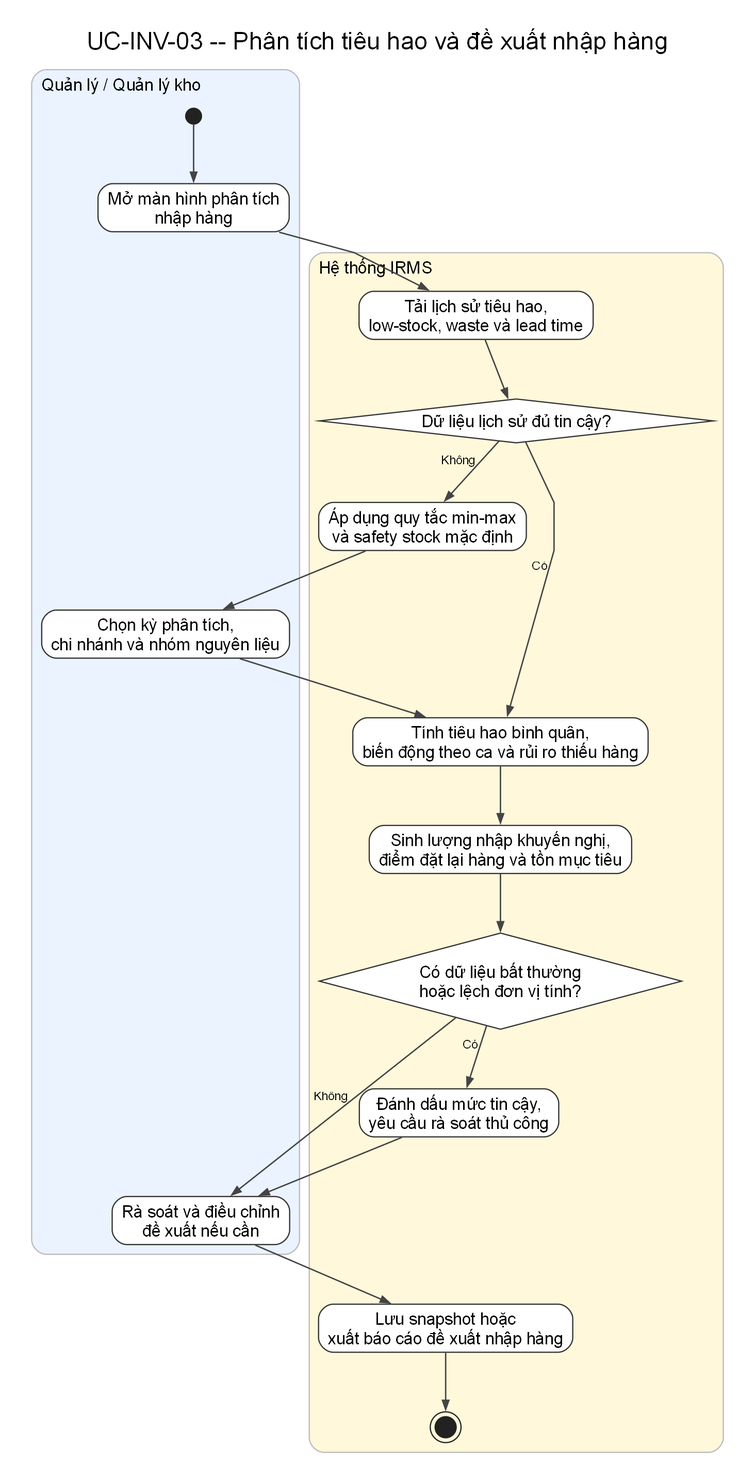
Earlier version of the Graphviz export assets/diagrams/rendered/activity/uc-inv-03-reorder-recommendation.png (lehoangluan1/SA_IRMS). Its source is kept beside it as assets/diagrams/source/activity/uc-inv-03-reorder-recommendation.dot. Its diagram source:
```dot
digraph G {
  charset="UTF-8";
  graph [rankdir=TB, newrank=true, splines=polyline, nodesep=0.38, ranksep=0.68, pad=0.25, dpi=170, bgcolor="white", fontname="Arial"];
  node [fontname="Arial"];
  edge [fontname="Arial", fontsize=10, color="#444444", penwidth=1.15, arrowsize=0.75];
  labelloc="t"; labeljust="c"; fontsize=20; fontname="Arial"; label="UC-INV-03 -- Phân tích tiêu hao và đề xuất nhập hàng";

  subgraph cluster_l1 {
    style="rounded,filled"; fillcolor="#EAF3FF"; color="#BBBBBB"; penwidth=1.0;
    label="Quản lý / Quản lý kho"; fontsize=14; labelloc="t"; labeljust="l";
    n0 [shape=circle, label="", width=0.18, height=0.18, fixedsize=true, style=filled, fillcolor="#222222", color="#222222"];
    n1 [label="Mở màn hình phân tích\nnhập hàng", shape=rect, style="rounded,filled", fillcolor="white", color="#333333"];
    n5 [label="Chọn kỳ phân tích,\nchi nhánh và nhóm nguyên liệu", shape=rect, style="rounded,filled", fillcolor="white", color="#333333"];
    n10 [label="Rà soát và điều chỉnh\nđề xuất nếu cần", shape=rect, style="rounded,filled", fillcolor="white", color="#333333"];
  }

  subgraph cluster_l2 {
    style="rounded,filled"; fillcolor="#FFF8DB"; color="#BBBBBB"; penwidth=1.0;
    label="Hệ thống IRMS"; fontsize=14; labelloc="t"; labeljust="l";
    n2 [label="Tải lịch sử tiêu hao,\nlow-stock, waste và lead time", shape=rect, style="rounded,filled", fillcolor="white", color="#333333"];
    n3 [label="Dữ liệu lịch sử đủ tin cậy?", shape=diamond, style="filled", fillcolor="white", color="#333333"];
    n4 [label="Áp dụng quy tắc min-max\nvà safety stock mặc định", shape=rect, style="rounded,filled", fillcolor="white", color="#333333"];
    n6 [label="Tính tiêu hao bình quân,\nbiến động theo ca và rủi ro thiếu hàng", shape=rect, style="rounded,filled", fillcolor="white", color="#333333"];
    n7 [label="Sinh lượng nhập khuyến nghị,\nđiểm đặt lại hàng và tồn mục tiêu", shape=rect, style="rounded,filled", fillcolor="white", color="#333333"];
    n8 [label="Có dữ liệu bất thường\nhoặc lệch đơn vị tính?", shape=diamond, style="filled", fillcolor="white", color="#333333"];
    n9 [label="Đánh dấu mức tin cậy,\nyêu cầu rà soát thủ công", shape=rect, style="rounded,filled", fillcolor="white", color="#333333"];
    n11 [label="Lưu snapshot hoặc\nxuất báo cáo đề xuất nhập hàng", shape=rect, style="rounded,filled", fillcolor="white", color="#333333"];
    n12 [shape=doublecircle, label="", width=0.24, height=0.24, fixedsize=true, style=filled, fillcolor="#222222", color="#222222"];
  }

  n0 -> n1;
  n1 -> n2;
  n2 -> n3;
  n3 -> n6 [xlabel="Có"];
  n3 -> n4 [xlabel="Không"];
  n4 -> n5;
  n5 -> n6;
  n6 -> n7;
  n7 -> n8;
  n8 -> n9 [xlabel="Có"];
  n8 -> n10 [xlabel="Không"];
  n9 -> n10;
  n10 -> n11;
  n11 -> n12;
}
```
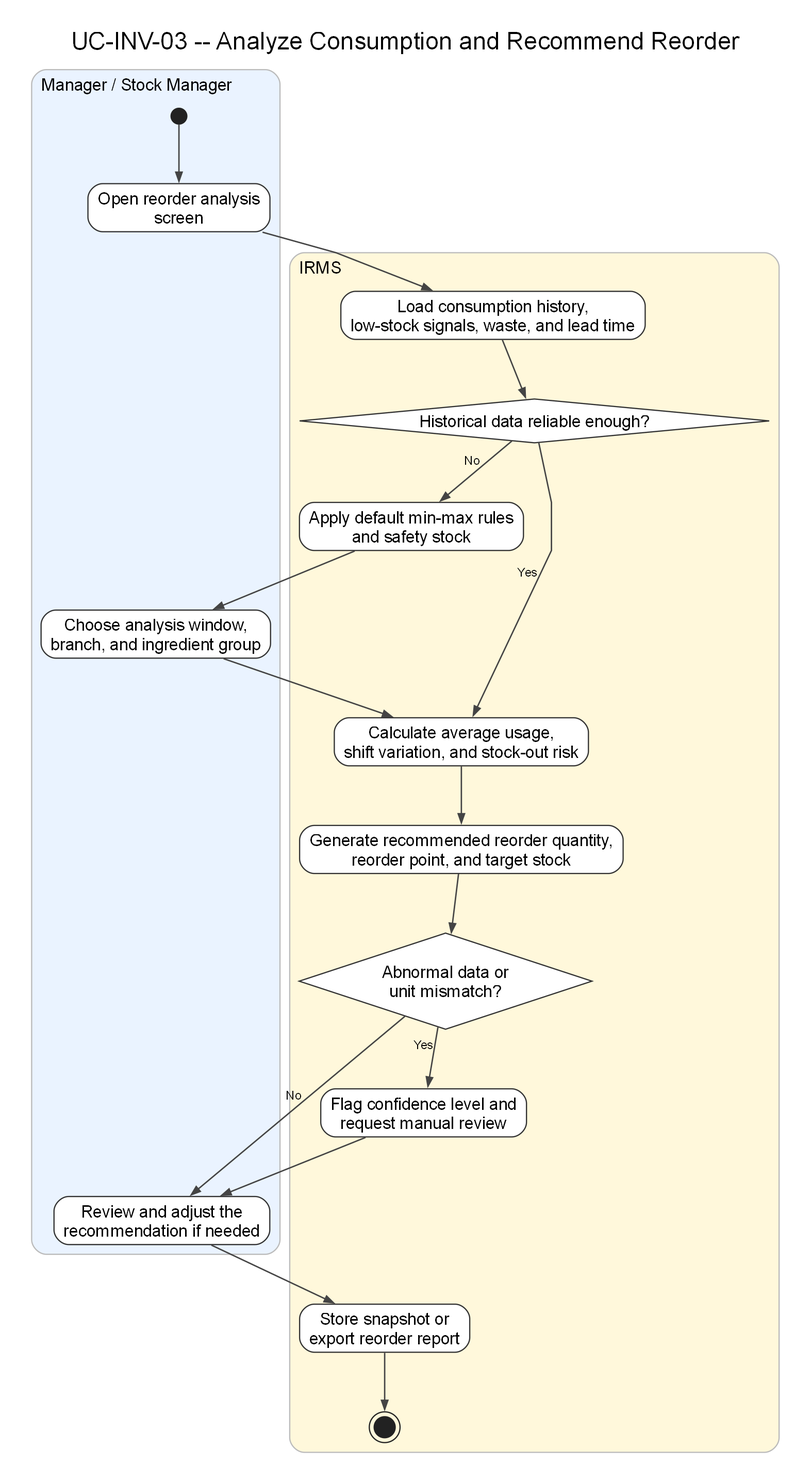
After the commit.

Change to the diagram source:
```diff
@@ -3,42 +3,42 @@
   graph [rankdir=TB, newrank=true, splines=polyline, nodesep=0.38, ranksep=0.68, pad=0.25, dpi=170, bgcolor="white", fontname="Arial"];
   node [fontname="Arial"];
   edge [fontname="Arial", fontsize=10, color="#444444", penwidth=1.15, arrowsize=0.75];
-  labelloc="t"; labeljust="c"; fontsize=20; fontname="Arial"; label="UC-INV-03 -- Phân tích tiêu hao và đề xuất nhập hàng";
+  labelloc="t"; labeljust="c"; fontsize=20; fontname="Arial"; label="UC-INV-03 -- Analyze Consumption and Recommend Reorder";
 
   subgraph cluster_l1 {
     style="rounded,filled"; fillcolor="#EAF3FF"; color="#BBBBBB"; penwidth=1.0;
-    label="Quản lý / Quản lý kho"; fontsize=14; labelloc="t"; labeljust="l";
+    label="Manager / Stock Manager"; fontsize=14; labelloc="t"; labeljust="l";
     n0 [shape=circle, label="", width=0.18, height=0.18, fixedsize=true, style=filled, fillcolor="#222222", color="#222222"];
-    n1 [label="Mở màn hình phân tích\nnhập hàng", shape=rect, style="rounded,filled", fillcolor="white", color="#333333"];
-    n5 [label="Chọn kỳ phân tích,\nchi nhánh và nhóm nguyên liệu", shape=rect, style="rounded,filled", fillcolor="white", color="#333333"];
-    n10 [label="Rà soát và điều chỉnh\nđề xuất nếu cần", shape=rect, style="rounded,filled", fillcolor="white", color="#333333"];
+    n1 [label="Open reorder analysis\nscreen", shape=rect, style="rounded,filled", fillcolor="white", color="#333333"];
+    n5 [label="Choose analysis window,\nbranch, and ingredient group", shape=rect, style="rounded,filled", fillcolor="white", color="#333333"];
+    n10 [label="Review and adjust the\nrecommendation if needed", shape=rect, style="rounded,filled", fillcolor="white", color="#333333"];
   }
 
   subgraph cluster_l2 {
     style="rounded,filled"; fillcolor="#FFF8DB"; color="#BBBBBB"; penwidth=1.0;
-    label="Hệ thống IRMS"; fontsize=14; labelloc="t"; labeljust="l";
-    n2 [label="Tải lịch sử tiêu hao,\nlow-stock, waste và lead time", shape=rect, style="rounded,filled", fillcolor="white", color="#333333"];
-    n3 [label="Dữ liệu lịch sử đủ tin cậy?", shape=diamond, style="filled", fillcolor="white", color="#333333"];
-    n4 [label="Áp dụng quy tắc min-max\nvà safety stock mặc định", shape=rect, style="rounded,filled", fillcolor="white", color="#333333"];
-    n6 [label="Tính tiêu hao bình quân,\nbiến động theo ca và rủi ro thiếu hàng", shape=rect, style="rounded,filled", fillcolor="white", color="#333333"];
-    n7 [label="Sinh lượng nhập khuyến nghị,\nđiểm đặt lại hàng và tồn mục tiêu", shape=rect, style="rounded,filled", fillcolor="white", color="#333333"];
-    n8 [label="Có dữ liệu bất thường\nhoặc lệch đơn vị tính?", shape=diamond, style="filled", fillcolor="white", color="#333333"];
-    n9 [label="Đánh dấu mức tin cậy,\nyêu cầu rà soát thủ công", shape=rect, style="rounded,filled", fillcolor="white", color="#333333"];
-    n11 [label="Lưu snapshot hoặc\nxuất báo cáo đề xuất nhập hàng", shape=rect, style="rounded,filled", fillcolor="white", color="#333333"];
+    label="IRMS"; fontsize=14; labelloc="t"; labeljust="l";
+    n2 [label="Load consumption history,\nlow-stock signals, waste, and lead time", shape=rect, style="rounded,filled", fillcolor="white", color="#333333"];
+    n3 [label="Historical data reliable enough?", shape=diamond, style="filled", fillcolor="white", color="#333333"];
+    n4 [label="Apply default min-max rules\nand safety stock", shape=rect, style="rounded,filled", fillcolor="white", color="#333333"];
+    n6 [label="Calculate average usage,\nshift variation, and stock-out risk", shape=rect, style="rounded,filled", fillcolor="white", color="#333333"];
+    n7 [label="Generate recommended reorder quantity,\nreorder point, and target stock", shape=rect, style="rounded,filled", fillcolor="white", color="#333333"];
+    n8 [label="Abnormal data or\nunit mismatch?", shape=diamond, style="filled", fillcolor="white", color="#333333"];
+    n9 [label="Flag confidence level and\nrequest manual review", shape=rect, style="rounded,filled", fillcolor="white", color="#333333"];
+    n11 [label="Store snapshot or\nexport reorder report", shape=rect, style="rounded,filled", fillcolor="white", color="#333333"];
     n12 [shape=doublecircle, label="", width=0.24, height=0.24, fixedsize=true, style=filled, fillcolor="#222222", color="#222222"];
   }
 
   n0 -> n1;
   n1 -> n2;
   n2 -> n3;
-  n3 -> n6 [xlabel="Có"];
-  n3 -> n4 [xlabel="Không"];
+  n3 -> n6 [xlabel="Yes"];
+  n3 -> n4 [xlabel="No"];
   n4 -> n5;
   n5 -> n6;
   n6 -> n7;
   n7 -> n8;
-  n8 -> n9 [xlabel="Có"];
-  n8 -> n10 [xlabel="Không"];
+  n8 -> n9 [xlabel="Yes"];
+  n8 -> n10 [xlabel="No"];
   n9 -> n10;
   n10 -> n11;
   n11 -> n12;
```
